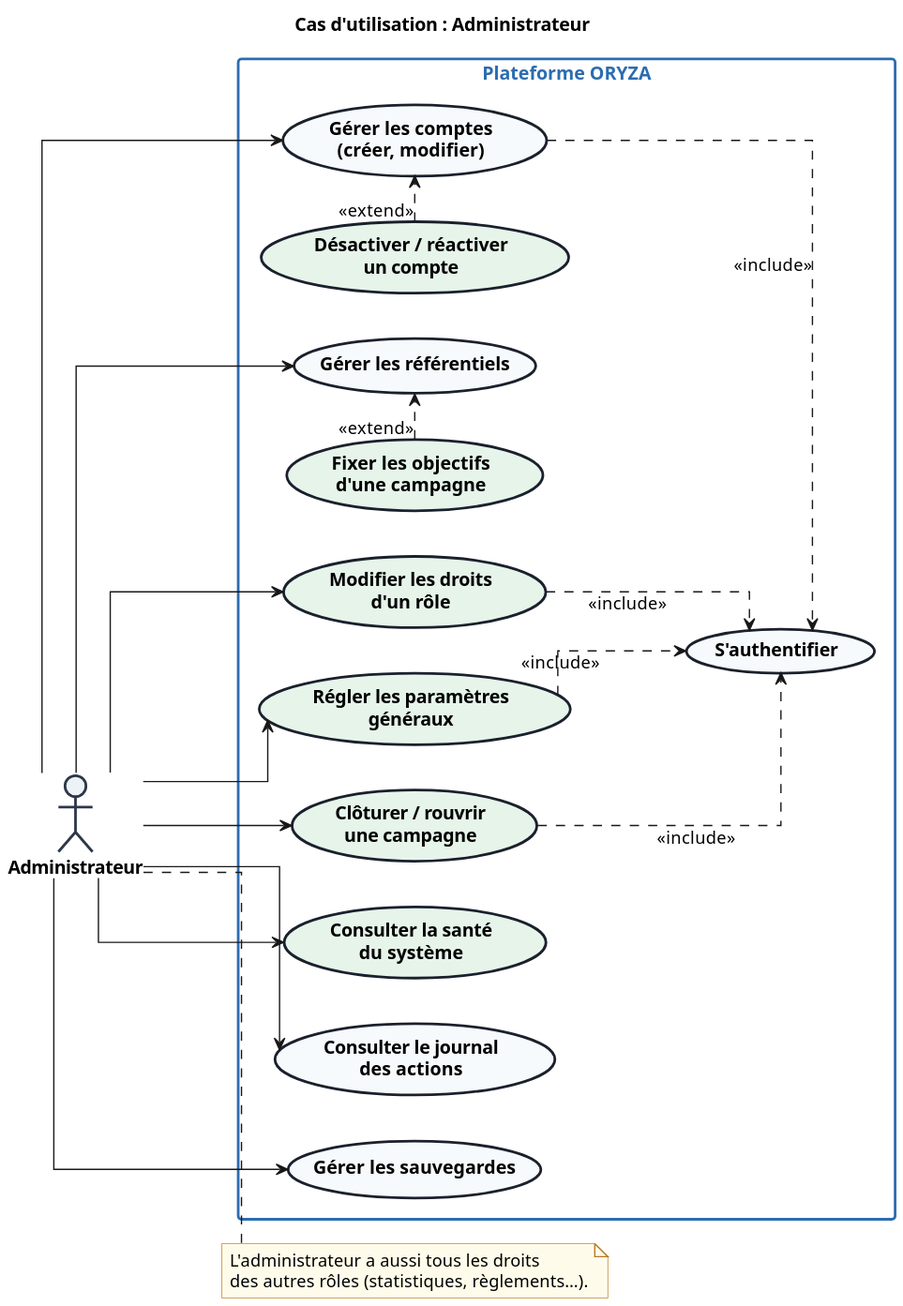
Above: docs/v2/usecases/uc_administrateur.svg in marasse-codec/ORYZAPP (PlantUML), before the change.
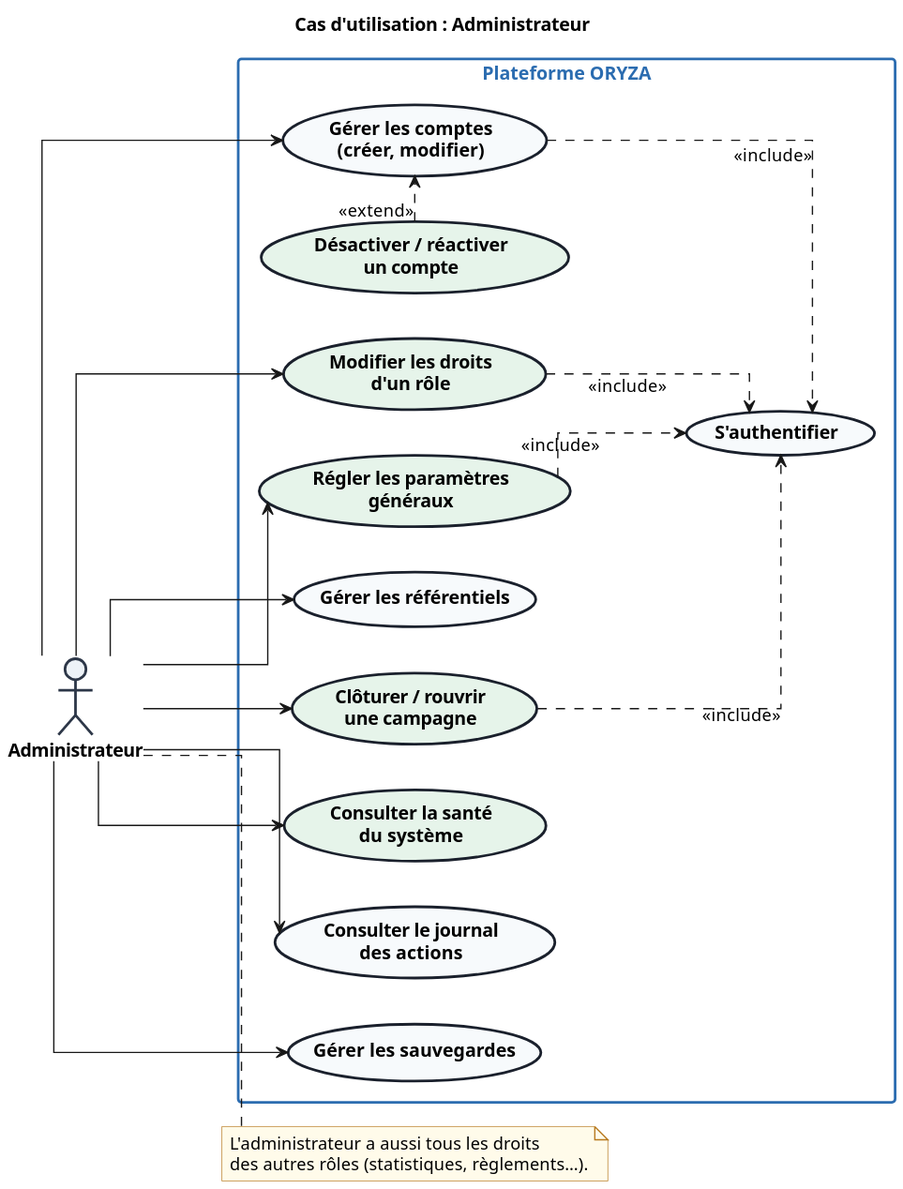
After the change.

Change to the diagram source:
```diff
@@ -13,7 +13,6 @@
     usecase "Modifier les droits\nd'un rôle" as UC_Droits $NOUVEAU
     usecase "Régler les paramètres\ngénéraux" as UC_Parametres $NOUVEAU
     usecase "Gérer les référentiels" as UC_Referentiels
-    usecase "Fixer les objectifs\nd'une campagne" as UC_Objectifs $NOUVEAU
     usecase "Clôturer / rouvrir\nune campagne" as UC_Cloture $NOUVEAU
     usecase "Consulter la santé\ndu système" as UC_Sante $NOUVEAU
     usecase "Consulter le journal\ndes actions" as UC_Journal
@@ -30,7 +29,6 @@
 Admin --> UC_Sauvegardes
 
 UC_Desactiver .> UC_Comptes : <<extend>>
-UC_Objectifs .> UC_Referentiels : <<extend>>
 
 UC_Comptes ..> UC_Auth : <<include>>
 UC_Droits ..> UC_Auth : <<include>>
```
